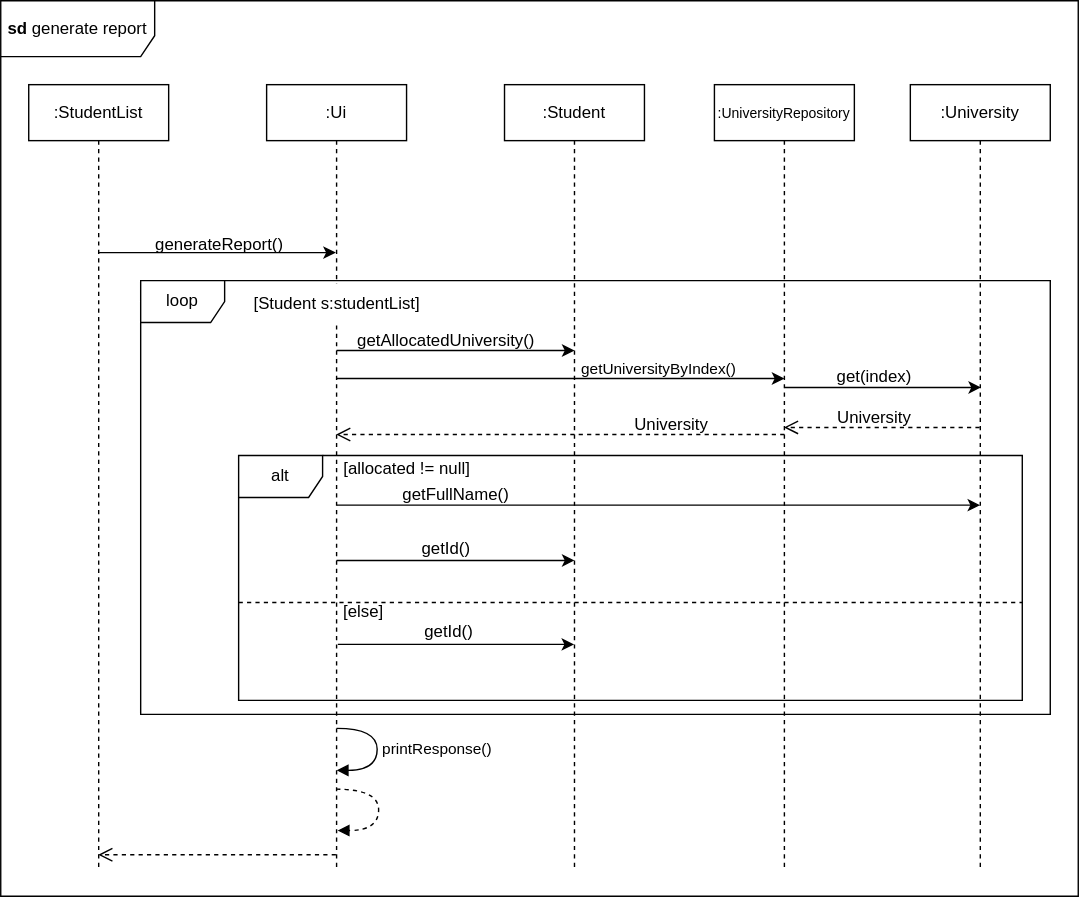
paulktham/tp keeps this draw.io diagram as docs/UML_Diagrams/GenerateReportsd.drawio.svg. Above is the earlier version. Source tidied: cells renumbered, new cells last; positions are measured from the earlier drawing's top-left corner, leaving out a move shared by most shapes.
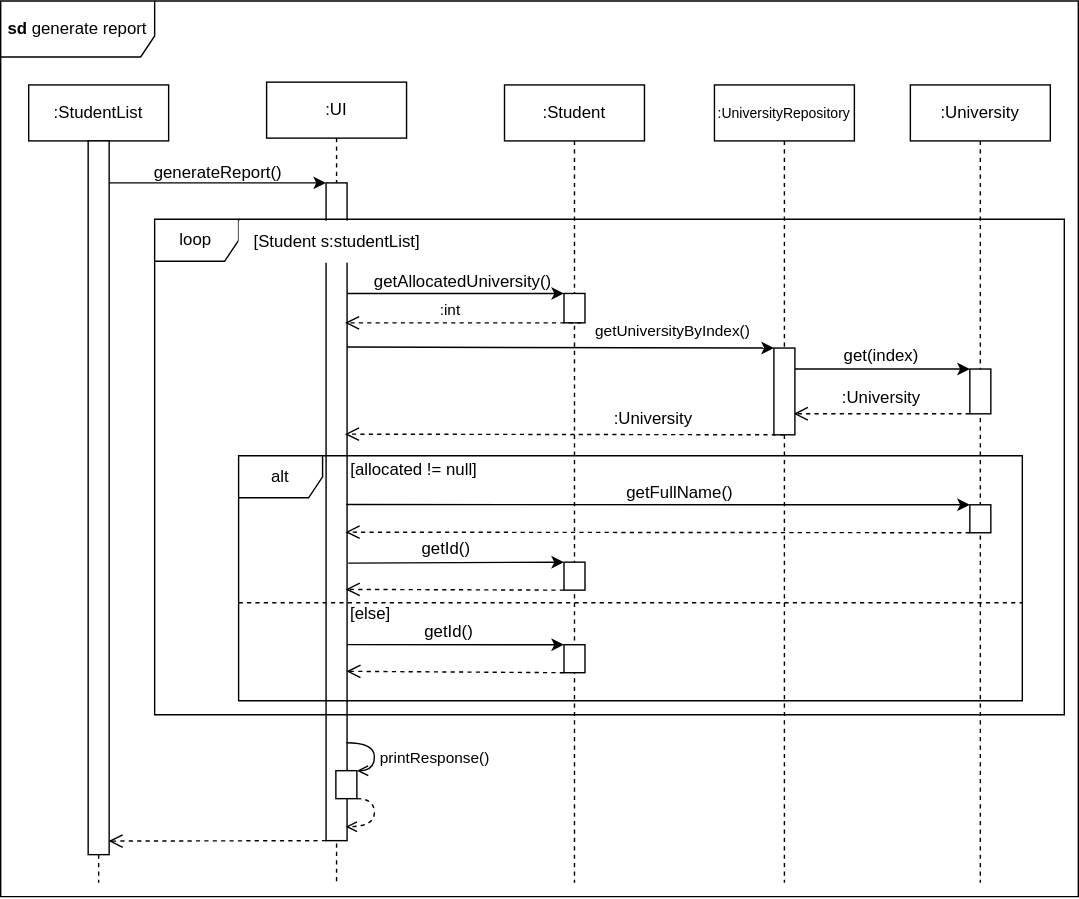
The same diagram one commit later.

Commit message:
GenerateReportsd: Add activation bars

Diff of the diagram source:
```diff
@@ -2,117 +2,98 @@
   <root>
     <mxCell id="0" />
     <mxCell id="1" parent="0" />
+    <mxCell id="4" value=":UI" style="shape=umlLifeline;perimeter=lifelinePerimeter;whiteSpace=wrap;html=1;outlineConnect=0;portConstraint=eastwest;newEdgeStyle={&quot;edgeStyle&quot;:&quot;elbowEdgeStyle&quot;,&quot;elbow&quot;:&quot;vertical&quot;,&quot;curved&quot;:0,&quot;rounded&quot;:0};" parent="1" vertex="1">
+      <mxGeometry x="190" y="58" width="100" height="572" as="geometry" />
+    </mxCell>
+    <mxCell id="35" style="rounded=0;whiteSpace=wrap;html=1;" parent="1" vertex="1">
+      <mxGeometry x="232.5" y="130" width="15" height="470" as="geometry" />
+    </mxCell>
     <mxCell id="2" value="&lt;b&gt;sd&lt;/b&gt;&amp;nbsp;generate report" style="shape=umlFrame;whiteSpace=wrap;html=1;width=110;height=40;" parent="1" vertex="1">
       <mxGeometry width="770" height="640" as="geometry" />
     </mxCell>
     <mxCell id="3" value=":StudentList" style="shape=umlLifeline;perimeter=lifelinePerimeter;whiteSpace=wrap;html=1;newEdgeStyle={&quot;edgeStyle&quot;:&quot;elbowEdgeStyle&quot;,&quot;elbow&quot;:&quot;vertical&quot;,&quot;curved&quot;:0,&quot;rounded&quot;:0};" parent="1" vertex="1">
-      <mxGeometry x="20" y="60" width="100" height="560" as="geometry" />
+      <mxGeometry x="20" y="60" width="100" height="570" as="geometry" />
     </mxCell>
-    <mxCell id="4" value=":Ui" style="shape=umlLifeline;perimeter=lifelinePerimeter;whiteSpace=wrap;html=1;outlineConnect=0;portConstraint=eastwest;newEdgeStyle={&quot;edgeStyle&quot;:&quot;elbowEdgeStyle&quot;,&quot;elbow&quot;:&quot;vertical&quot;,&quot;curved&quot;:0,&quot;rounded&quot;:0};" parent="1" vertex="1">
-      <mxGeometry x="190" y="60" width="100" height="560" as="geometry" />
-    </mxCell>
-    <mxCell id="5" value="printResponse()" style="html=1;align=left;spacingLeft=2;endArrow=block;rounded=0;edgeStyle=orthogonalEdgeStyle;curved=1;rounded=0;" parent="4" edge="1">
-      <mxGeometry relative="1" as="geometry">
-        <mxPoint x="50" y="460" as="sourcePoint" />
-        <mxPoint x="50" y="490" as="targetPoint" />
-        <Array as="points">
-          <mxPoint x="79" y="460" />
-          <mxPoint x="79" y="490" />
-        </Array>
-      </mxGeometry>
-    </mxCell>
     <mxCell id="6" value=":Student" style="shape=umlLifeline;perimeter=lifelinePerimeter;whiteSpace=wrap;html=1;newEdgeStyle={&quot;edgeStyle&quot;:&quot;elbowEdgeStyle&quot;,&quot;elbow&quot;:&quot;vertical&quot;,&quot;curved&quot;:0,&quot;rounded&quot;:0};" parent="1" vertex="1">
-      <mxGeometry x="360" y="60" width="100" height="560" as="geometry" />
+      <mxGeometry x="360" y="60" width="100" height="570" as="geometry" />
     </mxCell>
-    <mxCell id="7" style="endArrow=classic;html=1;rounded=0;" parent="1" edge="1" target="4">
+    <mxCell id="7" style="endArrow=classic;html=1;rounded=0;entryX=0;entryY=0;entryDx=0;entryDy=0;" parent="1" edge="1" target="35">
       <mxGeometry relative="1" as="geometry">
-        <mxPoint x="70" y="180" as="sourcePoint" />
+        <mxPoint x="77.5" y="130" as="sourcePoint" />
       </mxGeometry>
     </mxCell>
     <mxCell id="8" value="generateReport()" style="text;html=1;align=center;verticalAlign=middle;strokeColor=none;fillColor=none;" parent="1" vertex="1">
-      <mxGeometry x="101" y="160" width="110" height="30" as="geometry" />
+      <mxGeometry x="100" y="108" width="110" height="30" as="geometry" />
     </mxCell>
-    <mxCell id="9" style="endArrow=classic;html=1;rounded=0;" parent="1" edge="1">
+    <mxCell id="9" style="endArrow=classic;html=1;rounded=0;entryX=0;entryY=0;entryDx=0;entryDy=0;" parent="1" edge="1" target="40">
       <mxGeometry relative="1" as="geometry">
-        <mxPoint x="240" y="250" as="sourcePoint" />
-        <mxPoint x="410" y="250" as="targetPoint" />
+        <mxPoint x="247.5" y="209" as="sourcePoint" />
       </mxGeometry>
     </mxCell>
     <mxCell id="10" value="getAllocatedUniversity()" style="text;html=1;align=center;verticalAlign=middle;strokeColor=none;fillColor=none;" parent="1" vertex="1">
-      <mxGeometry x="242.7" y="228" width="150" height="30" as="geometry" />
+      <mxGeometry x="255" y="186" width="150" height="30" as="geometry" />
     </mxCell>
     <mxCell id="11" value="loop" style="shape=umlFrame;whiteSpace=wrap;html=1;" parent="1" vertex="1">
-      <mxGeometry x="100" y="200" width="650" height="310" as="geometry" />
+      <mxGeometry x="110" y="156" width="650" height="354" as="geometry" />
     </mxCell>
     <mxCell id="12" value="[Student s:studentList]" style="text;html=1;align=center;verticalAlign=middle;strokeColor=none;fillColor=default;" parent="1" vertex="1">
-      <mxGeometry x="170" y="202" width="140" height="30" as="geometry" />
+      <mxGeometry x="170" y="157" width="140" height="30" as="geometry" />
     </mxCell>
-    <mxCell id="13" style="endArrow=classic;html=1;rounded=0;" parent="1" edge="1">
-      <mxGeometry relative="1" as="geometry">
-        <mxPoint x="240.1" y="360.5" as="sourcePoint" />
-        <mxPoint x="699.9" y="360.5" as="targetPoint" />
-      </mxGeometry>
+    <mxCell id="13" style="endArrow=classic;html=1;rounded=0;entryX=0;entryY=0;entryDx=0;entryDy=0;exitX=0.957;exitY=0.489;exitDx=0;exitDy=0;exitPerimeter=0;" parent="1" edge="1" source="35" target="47">
+      <mxGeometry relative="1" as="geometry" />
     </mxCell>
     <mxCell id="14" value="getFullName()" style="text;html=1;align=center;verticalAlign=middle;strokeColor=none;fillColor=none;" parent="1" vertex="1">
-      <mxGeometry x="275.4" y="338" width="100" height="30" as="geometry" />
+      <mxGeometry x="435" y="337" width="100" height="30" as="geometry" />
     </mxCell>
-    <mxCell id="15" style="html=1;verticalAlign=bottom;endArrow=open;dashed=1;endSize=8;curved=0;rounded=0;entryX=0.497;entryY=0.908;entryDx=0;entryDy=0;entryPerimeter=0;" parent="1" edge="1">
-      <mxGeometry relative="1" as="geometry">
-        <mxPoint x="239.5" y="610.3" as="sourcePoint" />
-        <mxPoint x="69.7" y="610.3" as="targetPoint" />
-      </mxGeometry>
+    <mxCell id="15" style="html=1;verticalAlign=bottom;endArrow=open;dashed=1;endSize=8;curved=0;rounded=0;exitX=0;exitY=1;exitDx=0;exitDy=0;entryX=0.972;entryY=0.981;entryDx=0;entryDy=0;entryPerimeter=0;" parent="1" edge="1" source="35" target="41">
+      <mxGeometry relative="1" as="geometry" />
     </mxCell>
     <mxCell id="16" value="&lt;div style=&quot;font-size: 10px;&quot;&gt;:UniversityRepository&lt;/div&gt;" style="shape=umlLifeline;perimeter=lifelinePerimeter;whiteSpace=wrap;html=1;outlineConnect=0;portConstraint=eastwest;newEdgeStyle={&quot;edgeStyle&quot;:&quot;elbowEdgeStyle&quot;,&quot;elbow&quot;:&quot;vertical&quot;,&quot;curved&quot;:0,&quot;rounded&quot;:0};" parent="1" vertex="1">
-      <mxGeometry x="510" y="60" width="100" height="560" as="geometry" />
+      <mxGeometry x="510" y="60" width="100" height="570" as="geometry" />
     </mxCell>
     <mxCell id="17" value=":University" style="shape=umlLifeline;perimeter=lifelinePerimeter;whiteSpace=wrap;html=1;newEdgeStyle={&quot;edgeStyle&quot;:&quot;elbowEdgeStyle&quot;,&quot;elbow&quot;:&quot;vertical&quot;,&quot;curved&quot;:0,&quot;rounded&quot;:0};" parent="1" vertex="1">
-      <mxGeometry x="650" y="60" width="100" height="560" as="geometry" />
+      <mxGeometry x="650" y="60" width="100" height="570" as="geometry" />
     </mxCell>
-    <mxCell id="18" style="endArrow=classic;html=1;rounded=0;" parent="1" edge="1">
+    <mxCell id="18" style="endArrow=classic;html=1;rounded=0;entryX=0;entryY=0;entryDx=0;entryDy=0;" parent="1" edge="1" target="44">
       <mxGeometry relative="1" as="geometry">
-        <mxPoint x="240" y="270" as="sourcePoint" />
-        <mxPoint x="560" y="270" as="targetPoint" />
+        <mxPoint x="247.5" y="247.3" as="sourcePoint" />
       </mxGeometry>
     </mxCell>
     <mxCell id="19" value="getUniversityByIndex()" style="text;html=1;align=center;verticalAlign=middle;strokeColor=none;fillColor=none;fontSize=11;" parent="1" vertex="1">
-      <mxGeometry x="405" y="248" width="130" height="30" as="geometry" />
+      <mxGeometry x="415" y="221" width="130" height="30" as="geometry" />
     </mxCell>
-    <mxCell id="20" style="endArrow=classic;html=1;rounded=0;entryX=0.505;entryY=0.39;entryDx=0;entryDy=0;entryPerimeter=0;" parent="1" edge="1">
+    <mxCell id="20" style="endArrow=classic;html=1;rounded=0;entryX=0;entryY=0;entryDx=0;entryDy=0;" parent="1" edge="1" target="45">
       <mxGeometry relative="1" as="geometry">
-        <mxPoint x="560.2" y="276.4" as="sourcePoint" />
-        <mxPoint x="700.5" y="276.4" as="targetPoint" />
+        <mxPoint x="567.5" y="263" as="sourcePoint" />
       </mxGeometry>
     </mxCell>
-    <mxCell id="21" style="html=1;verticalAlign=bottom;endArrow=open;dashed=1;endSize=8;curved=0;rounded=0;" parent="1" edge="1" target="16">
+    <mxCell id="21" style="html=1;verticalAlign=bottom;endArrow=open;dashed=1;endSize=8;curved=0;rounded=0;exitX=0;exitY=1;exitDx=0;exitDy=0;entryX=0.944;entryY=0.677;entryDx=0;entryDy=0;entryPerimeter=0;" parent="1" edge="1" source="45">
       <mxGeometry relative="1" as="geometry">
-        <mxPoint x="699.5" y="305" as="sourcePoint" />
+        <mxPoint x="566.7" y="295" as="targetPoint" />
       </mxGeometry>
     </mxCell>
     <mxCell id="22" value="get(index)" style="text;html=1;align=center;verticalAlign=middle;strokeColor=none;fillColor=none;" parent="1" vertex="1">
-      <mxGeometry x="584" y="254" width="80" height="30" as="geometry" />
+      <mxGeometry x="589" y="239" width="80" height="30" as="geometry" />
     </mxCell>
-    <mxCell id="23" value="University" style="text;html=1;align=center;verticalAlign=middle;strokeColor=none;fillColor=none;" parent="1" vertex="1">
-      <mxGeometry x="584" y="283" width="80" height="30" as="geometry" />
+    <mxCell id="23" value=":University" style="text;html=1;align=center;verticalAlign=middle;strokeColor=none;fillColor=none;" parent="1" vertex="1">
+      <mxGeometry x="589" y="269" width="80" height="30" as="geometry" />
     </mxCell>
-    <mxCell id="24" style="html=1;verticalAlign=bottom;endArrow=open;dashed=1;endSize=8;curved=0;rounded=0;" parent="1" edge="1" target="4">
+    <mxCell id="24" style="html=1;verticalAlign=bottom;endArrow=open;dashed=1;endSize=8;curved=0;rounded=0;entryX=0.898;entryY=0.382;entryDx=0;entryDy=0;entryPerimeter=0;" parent="1" edge="1" target="35">
       <mxGeometry relative="1" as="geometry">
         <mxPoint x="560" y="310" as="sourcePoint" />
       </mxGeometry>
     </mxCell>
-    <mxCell id="25" value="University" style="text;html=1;align=center;verticalAlign=middle;strokeColor=none;fillColor=none;" parent="1" vertex="1">
-      <mxGeometry x="439" y="288" width="80" height="30" as="geometry" />
+    <mxCell id="25" value=":University" style="text;html=1;align=center;verticalAlign=middle;strokeColor=none;fillColor=none;" parent="1" vertex="1">
+      <mxGeometry x="426" y="284" width="80" height="30" as="geometry" />
     </mxCell>
     <mxCell id="26" value="alt" style="shape=umlFrame;whiteSpace=wrap;html=1;" parent="1" vertex="1">
       <mxGeometry x="170" y="325" width="560" height="175" as="geometry" />
     </mxCell>
     <mxCell id="27" value="[allocated != null]" style="text;html=1;align=center;verticalAlign=middle;strokeColor=none;fillColor=none;" parent="1" vertex="1">
-      <mxGeometry x="235" y="320" width="110" height="30" as="geometry" />
+      <mxGeometry x="240" y="320" width="110" height="30" as="geometry" />
     </mxCell>
-    <mxCell id="28" style="endArrow=classic;html=1;rounded=0;" parent="1" edge="1">
-      <mxGeometry relative="1" as="geometry">
-        <mxPoint x="240" y="400" as="sourcePoint" />
-        <mxPoint x="410" y="400" as="targetPoint" />
-      </mxGeometry>
+    <mxCell id="28" style="endArrow=classic;html=1;rounded=0;exitX=1.059;exitY=0.578;exitDx=0;exitDy=0;exitPerimeter=0;entryX=0;entryY=0;entryDx=0;entryDy=0;" parent="1" edge="1" source="35" target="39">
+      <mxGeometry relative="1" as="geometry" />
     </mxCell>
     <mxCell id="29" value="getId()" style="text;html=1;align=center;verticalAlign=middle;strokeColor=none;fillColor=none;" parent="1" vertex="1">
       <mxGeometry x="287.7" y="377" width="60" height="30" as="geometry" />
@@ -123,26 +104,84 @@
         <mxPoint x="730" y="430" as="targetPoint" />
       </mxGeometry>
     </mxCell>
-    <mxCell id="31" style="endArrow=classic;html=1;rounded=0;entryX=0.5;entryY=0.218;entryDx=0;entryDy=0;entryPerimeter=0;" parent="1" edge="1">
-      <mxGeometry relative="1" as="geometry">
-        <mxPoint x="240.9" y="460" as="sourcePoint" />
-        <mxPoint x="409.8" y="460" as="targetPoint" />
-      </mxGeometry>
+    <mxCell id="31" style="endArrow=classic;html=1;rounded=0;entryX=0;entryY=0;entryDx=0;entryDy=0;exitX=0.998;exitY=0.702;exitDx=0;exitDy=0;exitPerimeter=0;" parent="1" edge="1" source="35" target="48">
+      <mxGeometry relative="1" as="geometry" />
     </mxCell>
     <mxCell id="32" value="getId()" style="text;html=1;align=center;verticalAlign=middle;strokeColor=none;fillColor=none;" parent="1" vertex="1">
       <mxGeometry x="290" y="436" width="60" height="30" as="geometry" />
     </mxCell>
     <mxCell id="33" value="[else]" style="text;html=1;align=center;verticalAlign=middle;strokeColor=none;fillColor=none;" parent="1" vertex="1">
-      <mxGeometry x="234" y="422" width="50" height="30" as="geometry" />
+      <mxGeometry x="239" y="423" width="50" height="30" as="geometry" />
     </mxCell>
-    <mxCell id="34" style="html=1;align=left;spacingLeft=2;endArrow=block;rounded=0;edgeStyle=orthogonalEdgeStyle;curved=1;rounded=0;exitX=0.496;exitY=0.899;exitDx=0;exitDy=0;exitPerimeter=0;dashed=1;" parent="1" edge="1" source="4">
-      <mxGeometry relative="1" as="geometry">
-        <mxPoint x="240.7" y="593" as="targetPoint" />
-        <Array as="points">
-          <mxPoint x="270" y="563" />
-          <mxPoint x="270" y="593" />
-        </Array>
-      </mxGeometry>
-    </mxCell>
+    <mxCell id="36" style="rounded=0;whiteSpace=wrap;html=1;" parent="1" vertex="1">
+      <mxGeometry x="239.5" y="550" width="15" height="20" as="geometry" />
+    </mxCell>
+    <mxCell id="37" style="curved=1;endArrow=open;html=1;rounded=0;exitX=1;exitY=1;exitDx=0;exitDy=0;endFill=0;dashed=1;" parent="1" edge="1" source="36">
+      <mxGeometry relative="1" as="geometry">
+        <mxPoint x="246.5" y="590" as="targetPoint" />
+        <Array as="points">
+          <mxPoint x="267" y="570" />
+          <mxPoint x="267" y="590" />
+        </Array>
+      </mxGeometry>
+    </mxCell>
+    <mxCell id="38" style="curved=1;endArrow=open;html=1;rounded=0;endFill=0;" parent="1" edge="1">
+      <mxGeometry relative="1" as="geometry">
+        <mxPoint x="246.9" y="530" as="sourcePoint" />
+        <mxPoint x="254.5" y="550" as="targetPoint" />
+        <Array as="points">
+          <mxPoint x="267" y="530" />
+          <mxPoint x="267" y="550" />
+        </Array>
+      </mxGeometry>
+    </mxCell>
+    <mxCell id="5" value="printResponse()" style="edgeLabel;html=1;align=center;verticalAlign=middle;" parent="38" vertex="1">
+      <mxGeometry x="0.21" relative="1" as="geometry">
+        <mxPoint x="42" y="-1" as="offset" />
+      </mxGeometry>
+    </mxCell>
+    <mxCell id="39" style="rounded=0;whiteSpace=wrap;html=1;" parent="1" vertex="1">
+      <mxGeometry x="402.5" y="401" width="15" height="20" as="geometry" />
+    </mxCell>
+    <mxCell id="40" style="rounded=0;whiteSpace=wrap;html=1;" parent="1" vertex="1">
+      <mxGeometry x="402.5" y="209" width="15" height="21" as="geometry" />
+    </mxCell>
+    <mxCell id="41" style="rounded=0;whiteSpace=wrap;html=1;" parent="1" vertex="1">
+      <mxGeometry x="62.5" y="100" width="15" height="510" as="geometry" />
+    </mxCell>
+    <mxCell id="42" style="html=1;verticalAlign=bottom;endArrow=open;dashed=1;endSize=8;curved=0;rounded=0;" parent="1" edge="1">
+      <mxGeometry relative="1" as="geometry">
+        <mxPoint x="414.9" y="230" as="sourcePoint" />
+        <mxPoint x="246" y="230" as="targetPoint" />
+      </mxGeometry>
+    </mxCell>
+    <mxCell id="43" value=":int" style="edgeLabel;html=1;align=center;verticalAlign=middle;" parent="42" vertex="1">
+      <mxGeometry x="0.16" y="-1" relative="1" as="geometry">
+        <mxPoint x="3" y="-9" as="offset" />
+      </mxGeometry>
+    </mxCell>
+    <mxCell id="44" style="rounded=0;whiteSpace=wrap;html=1;" parent="1" vertex="1">
+      <mxGeometry x="552.5" y="248" width="15" height="62" as="geometry" />
+    </mxCell>
+    <mxCell id="45" style="rounded=0;whiteSpace=wrap;html=1;" parent="1" vertex="1">
+      <mxGeometry x="692.5" y="263" width="15" height="32" as="geometry" />
+    </mxCell>
+    <mxCell id="46" style="html=1;verticalAlign=bottom;endArrow=open;dashed=1;endSize=8;curved=0;rounded=0;exitX=0;exitY=1;exitDx=0;exitDy=0;entryX=0.932;entryY=0.618;entryDx=0;entryDy=0;entryPerimeter=0;" parent="1" edge="1" source="39" target="35">
+      <mxGeometry relative="1" as="geometry" />
+    </mxCell>
+    <mxCell id="47" style="rounded=0;whiteSpace=wrap;html=1;" parent="1" vertex="1">
+      <mxGeometry x="692.5" y="360" width="15" height="20" as="geometry" />
+    </mxCell>
+    <mxCell id="48" style="rounded=0;whiteSpace=wrap;html=1;" parent="1" vertex="1">
+      <mxGeometry x="402.5" y="460" width="15" height="20" as="geometry" />
+    </mxCell>
+    <mxCell id="49" style="html=1;verticalAlign=bottom;endArrow=open;dashed=1;endSize=8;curved=0;rounded=0;exitX=0;exitY=1;exitDx=0;exitDy=0;entryX=0.926;entryY=0.531;entryDx=0;entryDy=0;entryPerimeter=0;" parent="1" edge="1" source="47" target="35">
+      <mxGeometry relative="1" as="geometry" />
+    </mxCell>
+    <mxCell id="50" style="html=1;verticalAlign=bottom;endArrow=open;dashed=1;endSize=8;curved=0;rounded=0;exitX=0;exitY=1;exitDx=0;exitDy=0;" parent="1" edge="1" source="48">
+      <mxGeometry relative="1" as="geometry">
+        <mxPoint x="247" y="479" as="targetPoint" />
+      </mxGeometry>
+    </mxCell>
   </root>
 </mxGraphModel>
```
